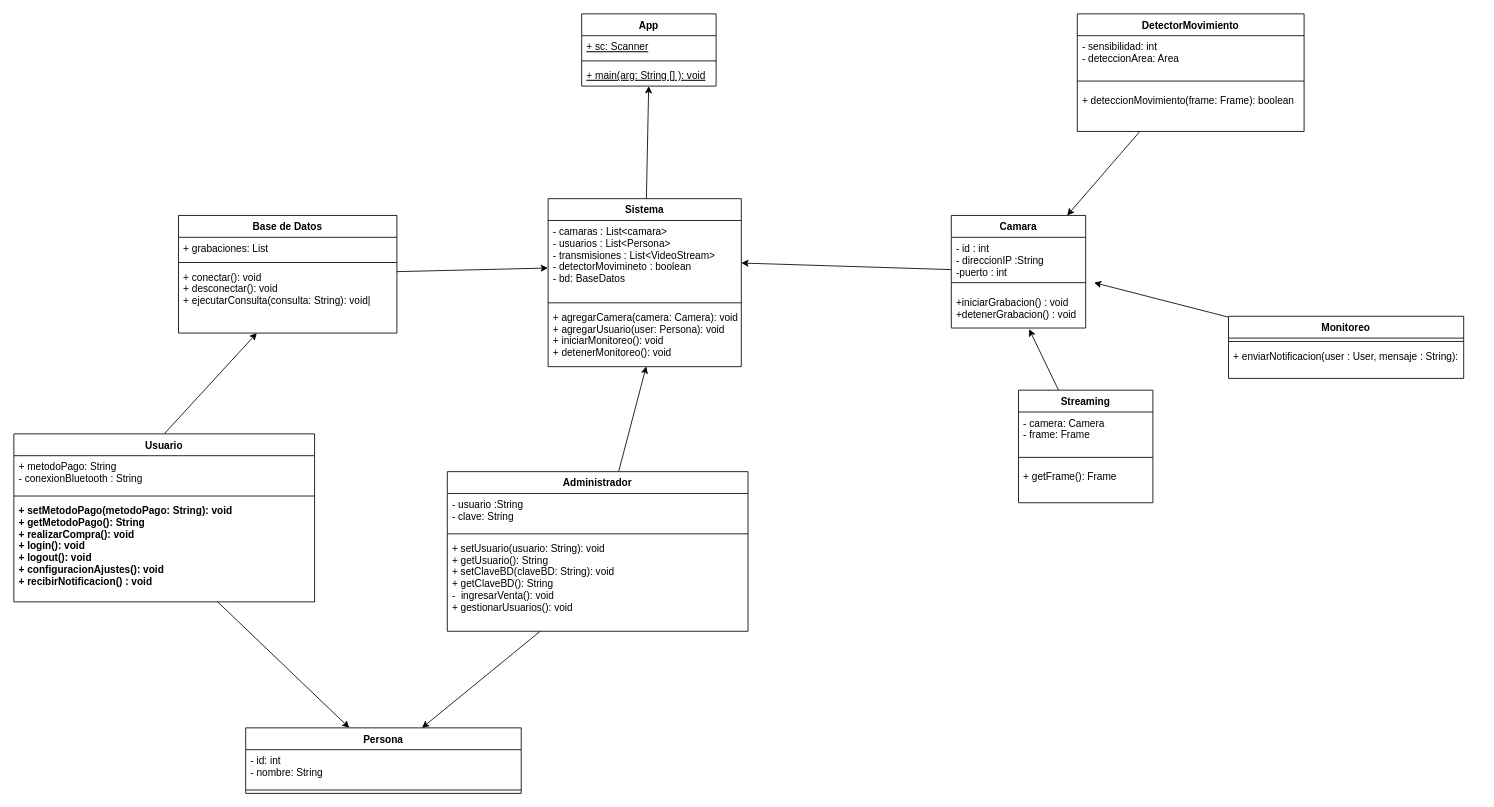
The draw.io diagram design/DC.DIO in Chrissisx/prjSistemaSeguridadDomestica, before the edit. Source tidied: cells renumbered, new cells numbered last; positions are measured from the earlier drawing's top-left corner, leaving out a move shared by most shapes. Both pictures are drawn from the tidied source at 84%, with x=0, y=0 at pixel (13, 13).
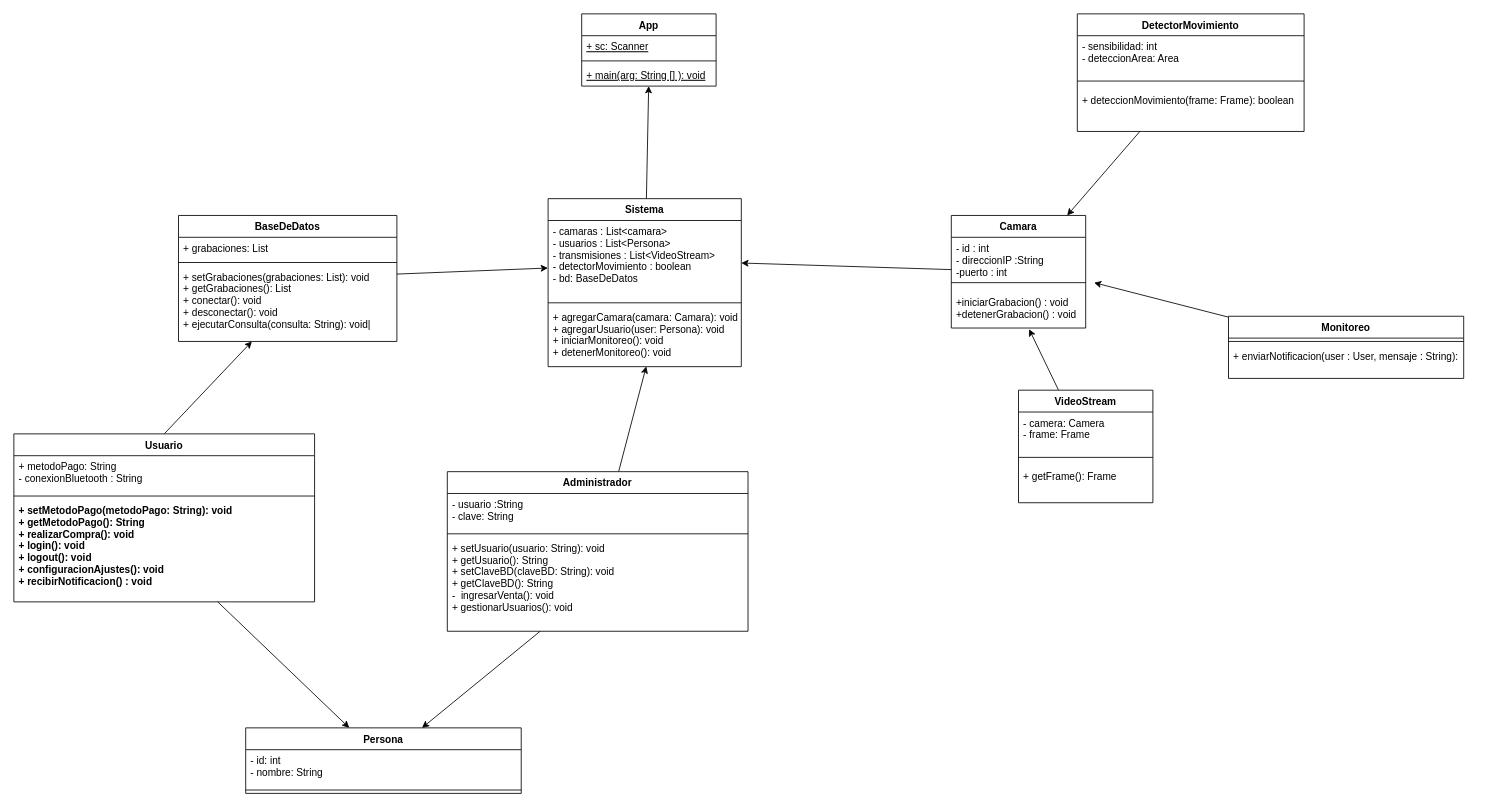
After the change.

Unchanged cells that the change refers to:
```xml
<mxCell id="28" value="Sistema" style="swimlane;fontStyle=1;align=center;verticalAlign=top;horizontal=1;startSize=26;" parent="1" vertex="1">
  <mxGeometry x="636" y="220" width="230" height="200" as="geometry" />
</mxCell>
```

What changed in the source:
```diff
@@
-    <mxCell id="14" value="Streaming" style="swimlane;fontStyle=1;align=center;verticalAlign=top;horizontal=1;startSize=26;" parent="1" vertex="1">
+    <mxCell id="14" value="VideoStream" style="swimlane;fontStyle=1;align=center;verticalAlign=top;horizontal=1;startSize=26;" parent="1" vertex="1">
       <mxGeometry x="1196" y="448" width="160" height="134" as="geometry" />
     </mxCell>
@@
-    <mxCell id="29" value="- camaras : List&lt;camara&gt;&#10;- usuarios : List&lt;Persona&gt;&#10;- transmisiones : List&lt;VideoStream&gt;&#10;- detectorMovimineto : boolean&#10;- bd: BaseDatos" style="text;strokeColor=none;fillColor=none;align=left;verticalAlign=top;spacingLeft=4;spacingRight=4;overflow=hidden;points=[[0,0.5],[1,0.5]];portConstraint=eastwest;" parent="28" vertex="1">
+    <mxCell id="29" value="- camaras : List&lt;camara&gt;&#10;- usuarios : List&lt;Persona&gt;&#10;- transmisiones : List&lt;VideoStream&gt;&#10;- detectorMovimiento : boolean&#10;- bd: BaseDeDatos" style="text;strokeColor=none;fillColor=none;align=left;verticalAlign=top;spacingLeft=4;spacingRight=4;overflow=hidden;points=[[0,0.5],[1,0.5]];portConstraint=eastwest;" parent="28" vertex="1">
       <mxGeometry y="26" width="230" height="94" as="geometry" />
     </mxCell>
@@
-    <mxCell id="31" value="+ agregarCamera(camera: Camera): void &#10;+ agregarUsuario(user: Persona): void &#10;+ iniciarMonitoreo(): void &#10;+ detenerMonitoreo(): void    " style="text;strokeColor=none;fillColor=none;align=left;verticalAlign=top;spacingLeft=4;spacingRight=4;overflow=hidden;points=[[0,0.5],[1,0.5]];portConstraint=eastwest;" parent="28" vertex="1">
+    <mxCell id="31" value="+ agregarCamara(camara: Camara): void &#10;+ agregarUsuario(user: Persona): void &#10;+ iniciarMonitoreo(): void &#10;+ detenerMonitoreo(): void    " style="text;strokeColor=none;fillColor=none;align=left;verticalAlign=top;spacingLeft=4;spacingRight=4;overflow=hidden;points=[[0,0.5],[1,0.5]];portConstraint=eastwest;" parent="28" vertex="1">
       <mxGeometry y="128" width="230" height="72" as="geometry" />
     </mxCell>
@@
-    <mxCell id="37" value="Base de Datos" style="swimlane;fontStyle=1;align=center;verticalAlign=top;horizontal=1;startSize=26;" parent="1" vertex="1">
-      <mxGeometry x="196" y="240" width="260" height="140" as="geometry" />
+    <mxCell id="37" value="BaseDeDatos" style="swimlane;fontStyle=1;align=center;verticalAlign=top;horizontal=1;startSize=26;" parent="1" vertex="1">
+      <mxGeometry x="196" y="240" width="260" height="150" as="geometry" />
     </mxCell>
@@
-    <mxCell id="40" value="+ conectar(): void &#10;+ desconectar(): void  &#10;+ ejecutarConsulta(consulta: String): void|" style="text;strokeColor=none;fillColor=none;align=left;verticalAlign=top;spacingLeft=4;spacingRight=4;overflow=hidden;points=[[0,0.5],[1,0.5]];portConstraint=eastwest;" parent="37" vertex="1">
-      <mxGeometry y="60" width="260" height="80" as="geometry" />
+    <mxCell id="40" value="+ setGrabaciones(grabaciones: List): void&#10;+ getGrabaciones(): List&#10;+ conectar(): void &#10;+ desconectar(): void  &#10;+ ejecutarConsulta(consulta: String): void|" style="text;strokeColor=none;fillColor=none;align=left;verticalAlign=top;spacingLeft=4;spacingRight=4;overflow=hidden;points=[[0,0.5],[1,0.5]];portConstraint=eastwest;" parent="37" vertex="1">
+      <mxGeometry y="60" width="260" height="90" as="geometry" />
     </mxCell>
```
